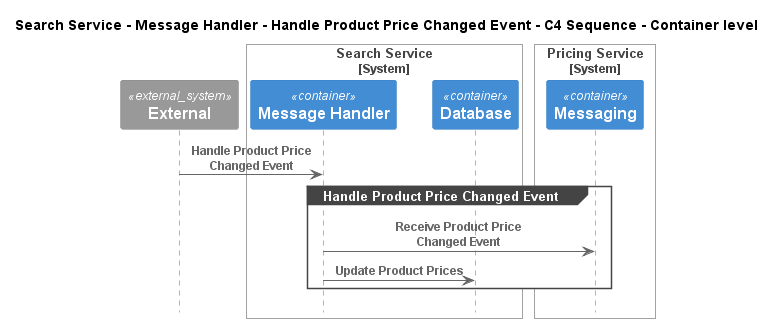
Earlier version of the PlantUML export e-commerce-platform/Software Systems/Search Service/Containers/Message Handler/Interfaces/Handle Product Price Changed Event/Container - C4 Sequence.png (C4InterFlow/architecture-as-code-samples). Its diagram source:
```plantuml
@startuml
!pragma layout smetana
!include ..\..\..\..\..\..\.c4s\C4_Sequence.puml

title Search Service - Message Handler - Handle Product Price Changed Event - C4 Sequence - Container level

System_Ext(C4InterFlow.SoftwareSystems.ExternalSystem, "External", "")

System_Boundary(ECommercePlatform.SoftwareSystems.SearchService, "Search Service")
    Container(ECommercePlatform.SoftwareSystems.SearchService.Containers.MessageHandler, "Message Handler", "", "")
    Container(ECommercePlatform.SoftwareSystems.SearchService.Containers.Database, "Database", "", "")
Boundary_End()

System_Boundary(ECommercePlatform.SoftwareSystems.PricingService, "Pricing Service")
    Container(ECommercePlatform.SoftwareSystems.PricingService.Containers.Messaging, "Messaging", "", "")
Boundary_End()

Rel(C4InterFlow.SoftwareSystems.ExternalSystem, ECommercePlatform.SoftwareSystems.SearchService.Containers.MessageHandler, "Handle Product Price Changed Event")
group Handle Product Price Changed Event
Rel(ECommercePlatform.SoftwareSystems.SearchService.Containers.MessageHandler, ECommercePlatform.SoftwareSystems.PricingService.Containers.Messaging, "Receive Product Price Changed Event")
Rel(ECommercePlatform.SoftwareSystems.SearchService.Containers.MessageHandler, ECommercePlatform.SoftwareSystems.SearchService.Containers.Database, "Update Product Prices")
end


@enduml
```
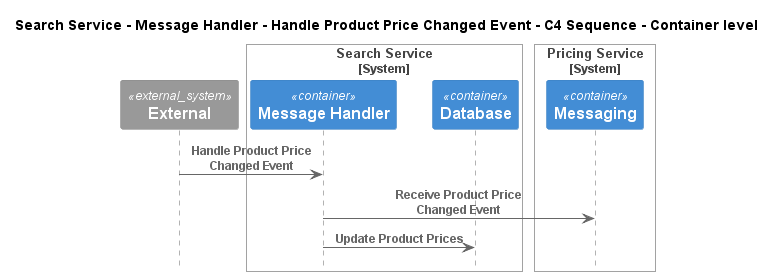
After the change.

What changed in the source:
```diff
@@ -16,10 +16,8 @@
 Boundary_End()
 
 Rel(C4InterFlow.SoftwareSystems.ExternalSystem, ECommercePlatform.SoftwareSystems.SearchService.Containers.MessageHandler, "Handle Product Price Changed Event")
-group Handle Product Price Changed Event
 Rel(ECommercePlatform.SoftwareSystems.SearchService.Containers.MessageHandler, ECommercePlatform.SoftwareSystems.PricingService.Containers.Messaging, "Receive Product Price Changed Event")
 Rel(ECommercePlatform.SoftwareSystems.SearchService.Containers.MessageHandler, ECommercePlatform.SoftwareSystems.SearchService.Containers.Database, "Update Product Prices")
-end
 
 
 @enduml
```
